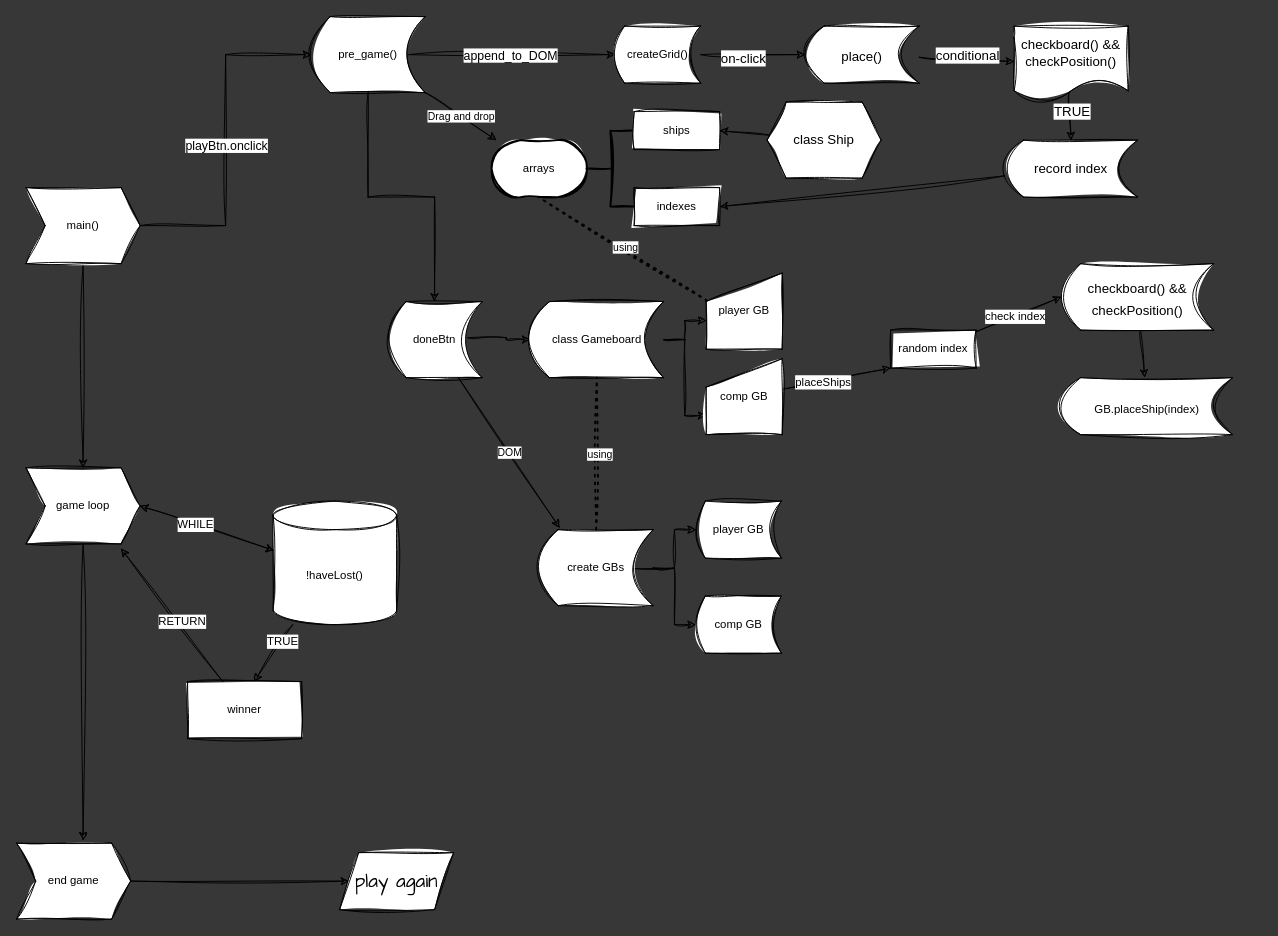
The draw.io diagram src/logic.drawio in louispallett/odin-battleship, before the edit. Source tidied: cells renumbered, new cells numbered last; positions are measured from the earlier drawing's top-left corner, leaving out a move shared by most shapes. Both pictures are drawn from the tidied source at 95%, with x=0, y=0 at pixel (16, 16).
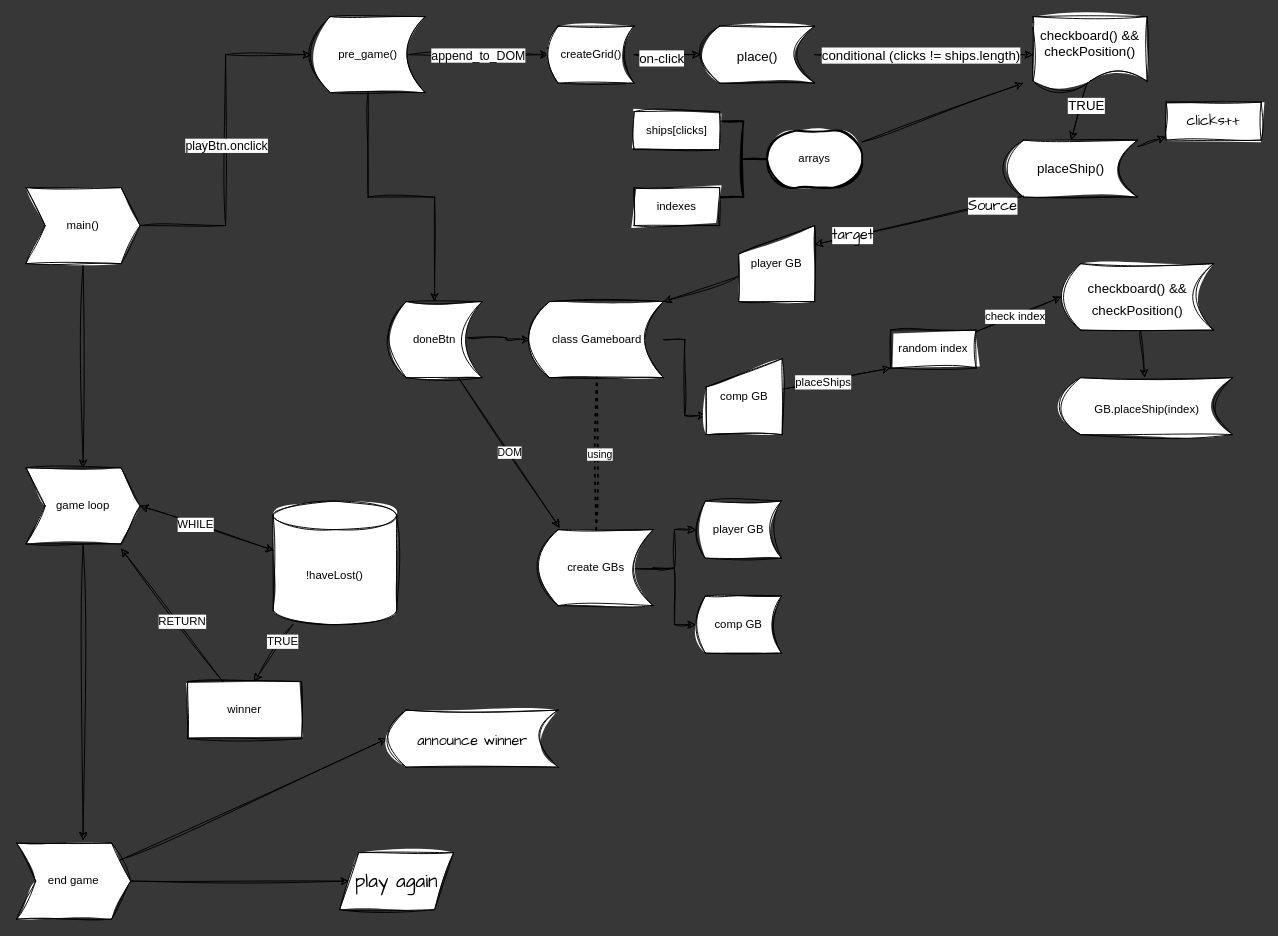
The same page after the edit.

Commit message (it also covers changes not shown here):
Player can place ships and creates gameboards ready for play

Unchanged cells that the change refers to:
```xml
<mxCell id="5" value="pre_game()" style="shape=dataStorage;whiteSpace=wrap;html=1;fixedSize=1;size=20;rotation=0;rounded=0;sketch=1;curveFitting=1;jiggle=2;" parent="1" vertex="1">
  <mxGeometry x="310" width="120" height="80" as="geometry" />
</mxCell>
<mxCell id="19" value="indexes" style="rounded=0;whiteSpace=wrap;html=1;sketch=1;curveFitting=1;jiggle=2;" parent="1" vertex="1">
  <mxGeometry x="650" y="180" width="90" height="40" as="geometry" />
</mxCell>
<mxCell id="23" value="class Gameboard" style="shape=dataStorage;whiteSpace=wrap;html=1;fixedSize=1;size=20;rotation=0;rounded=0;sketch=1;curveFitting=1;jiggle=2;" parent="1" vertex="1">
  <mxGeometry x="540.8" y="300" width="140" height="80" as="geometry" />
</mxCell>
<mxCell id="41" value="end game" style="shape=step;perimeter=stepPerimeter;whiteSpace=wrap;html=1;fixedSize=1;rounded=0;sketch=1;curveFitting=1;jiggle=2;" parent="1" vertex="1">
  <mxGeometry y="870" width="120" height="80" as="geometry" />
</mxCell>
<mxCell id="58" style="edgeStyle=none;sketch=1;hachureGap=4;jiggle=2;curveFitting=1;html=1;fontFamily=Helvetica;fontSize=14;" parent="1" edge="1" source="60" target="63">
  <mxGeometry relative="1" as="geometry" />
</mxCell>
```

Diff of the diagram source:
```diff
@@
     <mxCell id="8" value="createGrid()" style="shape=dataStorage;whiteSpace=wrap;html=1;fixedSize=1;size=10;rounded=0;sketch=1;curveFitting=1;jiggle=2;" parent="1" vertex="1">
-      <mxGeometry x="630" y="10" width="90" height="60" as="geometry" />
+      <mxGeometry x="560" y="10" width="90" height="60" as="geometry" />
     </mxCell>
@@
-    <mxCell id="13" style="endArrow=classic;html=1;rounded=0;exitX=1;exitY=1;exitDx=0;exitDy=0;sketch=1;curveFitting=1;jiggle=2;" parent="1" edge="1" source="5" target="16">
-      <mxGeometry relative="1" as="geometry" />
-    </mxCell>
-    <mxCell id="14" value="Drag and drop" style="edgeLabel;html=1;align=center;verticalAlign=middle;rounded=0;sketch=1;curveFitting=1;jiggle=2;" parent="13" vertex="1">
-      <mxGeometry relative="1" as="geometry" />
-    </mxCell>
@@
+    <mxCell id="68" style="edgeStyle=none;sketch=1;hachureGap=4;jiggle=2;curveFitting=1;html=1;fontFamily=Architects Daughter;fontSize=15;" parent="1" edge="1" source="16">
+      <mxGeometry relative="1" as="geometry">
+        <mxPoint x="1060" y="70" as="targetPoint" />
+      </mxGeometry>
+    </mxCell>
     <mxCell id="16" value="arrays" style="strokeWidth=2;html=1;shape=mxgraph.flowchart.terminator;whiteSpace=wrap;rounded=0;sketch=1;curveFitting=1;jiggle=2;" parent="1" vertex="1">
-      <mxGeometry x="500" y="130" width="100" height="60" as="geometry" />
+      <mxGeometry x="790" y="120" width="100" height="60" as="geometry" />
     </mxCell>
-    <mxCell id="17" style="strokeWidth=2;html=1;shape=mxgraph.flowchart.annotation_2;align=left;labelPosition=right;rounded=0;sketch=1;curveFitting=1;jiggle=2;" parent="1" vertex="1">
-      <mxGeometry x="600" y="120" width="50" height="80" as="geometry" />
+    <mxCell id="17" style="strokeWidth=2;html=1;shape=mxgraph.flowchart.annotation_2;align=left;labelPosition=right;rounded=0;sketch=1;curveFitting=1;jiggle=2;rotation=-180;" parent="1" vertex="1">
+      <mxGeometry x="740" y="110" width="50" height="80" as="geometry" />
     </mxCell>
-    <mxCell id="18" value="ships" style="rounded=0;whiteSpace=wrap;html=1;sketch=1;curveFitting=1;jiggle=2;" parent="1" vertex="1">
+    <mxCell id="18" value="ships[clicks]" style="rounded=0;whiteSpace=wrap;html=1;sketch=1;curveFitting=1;jiggle=2;" parent="1" vertex="1">
       <mxGeometry x="650" y="100" width="90" height="40" as="geometry" />
     </mxCell>
@@
-    <mxCell id="20" style="endArrow=none;dashed=1;html=1;dashPattern=1 3;strokeWidth=2;rounded=0;exitX=0.013;exitY=0.363;exitDx=0;exitDy=0;exitPerimeter=0;sketch=1;curveFitting=1;jiggle=2;" parent="1" edge="1" source="24">
-      <mxGeometry relative="1" as="geometry">
-        <mxPoint x="549.5" y="190" as="targetPoint" />
-      </mxGeometry>
-    </mxCell>
-    <mxCell id="21" value="using" style="edgeLabel;html=1;align=center;verticalAlign=middle;rounded=0;sketch=1;curveFitting=1;jiggle=2;" parent="20" vertex="1">
-      <mxGeometry y="-2" relative="1" as="geometry">
-        <mxPoint x="1" as="offset" />
-      </mxGeometry>
-    </mxCell>
@@
+    <mxCell id="69" style="edgeStyle=none;sketch=1;hachureGap=4;jiggle=2;curveFitting=1;html=1;entryX=1;entryY=0;entryDx=0;entryDy=0;fontFamily=Architects Daughter;fontSize=15;" parent="1" edge="1" source="24" target="23">
+      <mxGeometry relative="1" as="geometry" />
+    </mxCell>
     <mxCell id="24" value="player GB" style="shape=manualInput;whiteSpace=wrap;html=1;rounded=0;sketch=1;curveFitting=1;jiggle=2;" parent="1" vertex="1">
-      <mxGeometry x="725.8" y="270" width="80" height="80" as="geometry" />
+      <mxGeometry x="760" y="220" width="80" height="80" as="geometry" />
     </mxCell>
-    <mxCell id="25" style="edgeStyle=orthogonalEdgeStyle;rounded=0;jettySize=auto;html=1;entryX=0;entryY=0.625;entryDx=0;entryDy=0;entryPerimeter=0;sketch=1;curveFitting=1;jiggle=2;" parent="1" edge="1" source="23" target="24">
-      <mxGeometry relative="1" as="geometry" />
-    </mxCell>
@@
+    <mxCell id="70" style="edgeStyle=none;sketch=1;hachureGap=4;jiggle=2;curveFitting=1;html=1;entryX=0;entryY=0.5;entryDx=0;entryDy=0;fontFamily=Architects Daughter;fontSize=15;" parent="1" edge="1" source="41" target="72">
+      <mxGeometry relative="1" as="geometry" />
+    </mxCell>
@@
-    <mxCell id="59" value="conditional" style="edgeLabel;html=1;align=center;verticalAlign=middle;fontSize=14;fontFamily=Helvetica;" parent="58" vertex="1">
+    <mxCell id="59" value="conditional (clicks != ships.length)" style="edgeLabel;html=1;align=center;verticalAlign=middle;fontSize=14;fontFamily=Helvetica;" parent="58" vertex="1">
       <mxGeometry x="-0.36" y="1" relative="1" as="geometry">
-        <mxPoint x="18" y="-3" as="offset" />
+        <mxPoint x="37" y="1" as="offset" />
       </mxGeometry>
     </mxCell>
     <mxCell id="60" value="&lt;p&gt;&lt;font style=&quot;font-size: 14px;&quot; face=&quot;Helvetica&quot;&gt;place()&lt;/font&gt;&lt;/p&gt;" style="shape=dataStorage;whiteSpace=wrap;html=1;fixedSize=1;sketch=1;hachureGap=4;jiggle=2;curveFitting=1;fontFamily=Architects Daughter;fontSize=20;" parent="1" vertex="1">
-      <mxGeometry x="830" y="10" width="120" height="60" as="geometry" />
+      <mxGeometry x="720" y="10" width="120" height="60" as="geometry" />
     </mxCell>
@@
     <mxCell id="63" value="checkboard() &amp;amp;&amp;amp; checkPosition()" style="shape=document;whiteSpace=wrap;html=1;boundedLbl=1;sketch=1;hachureGap=4;jiggle=2;curveFitting=1;fontFamily=Helvetica;fontSize=14;" parent="1" vertex="1">
-      <mxGeometry x="1050" y="10" width="120" height="80" as="geometry" />
+      <mxGeometry x="1070" width="120" height="80" as="geometry" />
     </mxCell>
-    <mxCell id="64" style="edgeStyle=none;sketch=1;hachureGap=4;jiggle=2;curveFitting=1;html=1;entryX=1;entryY=0.5;entryDx=0;entryDy=0;fontFamily=Helvetica;fontSize=14;" parent="1" edge="1" source="65" target="19">
-      <mxGeometry relative="1" as="geometry" />
-    </mxCell>
+    <mxCell id="71" style="edgeStyle=none;sketch=1;hachureGap=4;jiggle=2;curveFitting=1;html=1;fontFamily=Architects Daughter;fontSize=15;" parent="1" edge="1" source="65" target="76">
+      <mxGeometry relative="1" as="geometry" />
+    </mxCell>
-    <mxCell id="65" value="record index" style="shape=dataStorage;whiteSpace=wrap;html=1;fixedSize=1;sketch=1;hachureGap=4;jiggle=2;curveFitting=1;fontFamily=Helvetica;fontSize=14;" parent="1" vertex="1">
+    <mxCell id="65" value="placeShip()" style="shape=dataStorage;whiteSpace=wrap;html=1;fixedSize=1;sketch=1;hachureGap=4;jiggle=2;curveFitting=1;fontFamily=Helvetica;fontSize=14;" parent="1" vertex="1">
       <mxGeometry x="1040" y="130" width="140" height="60" as="geometry" />
     </mxCell>
-    <mxCell id="66" style="edgeStyle=none;sketch=1;hachureGap=4;jiggle=2;curveFitting=1;html=1;entryX=1;entryY=0.5;entryDx=0;entryDy=0;fontFamily=Helvetica;fontSize=14;" parent="1" edge="1" source="67" target="18">
-      <mxGeometry relative="1" as="geometry" />
-    </mxCell>
-    <mxCell id="67" value="class Ship" style="shape=hexagon;perimeter=hexagonPerimeter2;whiteSpace=wrap;html=1;fixedSize=1;sketch=1;hachureGap=4;jiggle=2;curveFitting=1;fontFamily=Helvetica;fontSize=14;" parent="1" vertex="1">
-      <mxGeometry x="790" y="90" width="120" height="80" as="geometry" />
-    </mxCell>
+    <mxCell id="72" value="&lt;font style=&quot;font-size: 15px;&quot;&gt;announce winner&lt;/font&gt;" style="shape=dataStorage;whiteSpace=wrap;html=1;fixedSize=1;sketch=1;hachureGap=4;jiggle=2;curveFitting=1;fontFamily=Architects Daughter;fontSize=20;" parent="1" vertex="1">
+      <mxGeometry x="390" y="730" width="180" height="60" as="geometry" />
+    </mxCell>
+    <mxCell id="73" style="endArrow=classic;html=1;sketch=1;hachureGap=4;jiggle=2;curveFitting=1;fontFamily=Architects Daughter;fontSize=15;entryX=1;entryY=0.25;entryDx=0;entryDy=0;" parent="1" edge="1" target="24">
+      <mxGeometry relative="1" as="geometry">
+        <mxPoint x="1060" y="189" as="sourcePoint" />
+      </mxGeometry>
+    </mxCell>
+    <mxCell id="74" value="target" style="edgeLabel;html=1;align=center;verticalAlign=middle;sketch=1;hachureGap=4;jiggle=2;curveFitting=1;fontFamily=Architects Daughter;fontSize=15;" parent="73" vertex="1">
+      <mxGeometry relative="1" as="geometry">
+        <mxPoint x="-70" y="15" as="offset" />
+      </mxGeometry>
+    </mxCell>
+    <mxCell id="75" value="Source" style="edgeLabel;html=1;align=left;verticalAlign=bottom;sketch=1;hachureGap=4;jiggle=2;curveFitting=1;fontFamily=Architects Daughter;fontSize=15;" parent="73" vertex="1">
+      <mxGeometry x="-1" relative="1" as="geometry">
+        <mxPoint x="-60" y="21" as="offset" />
+      </mxGeometry>
+    </mxCell>
+    <mxCell id="76" value="clicks++" style="rounded=0;whiteSpace=wrap;html=1;sketch=1;hachureGap=4;jiggle=2;curveFitting=1;fontFamily=Architects Daughter;fontSize=15;" parent="1" vertex="1">
+      <mxGeometry x="1210" y="90" width="100" height="40" as="geometry" />
+    </mxCell>
```
